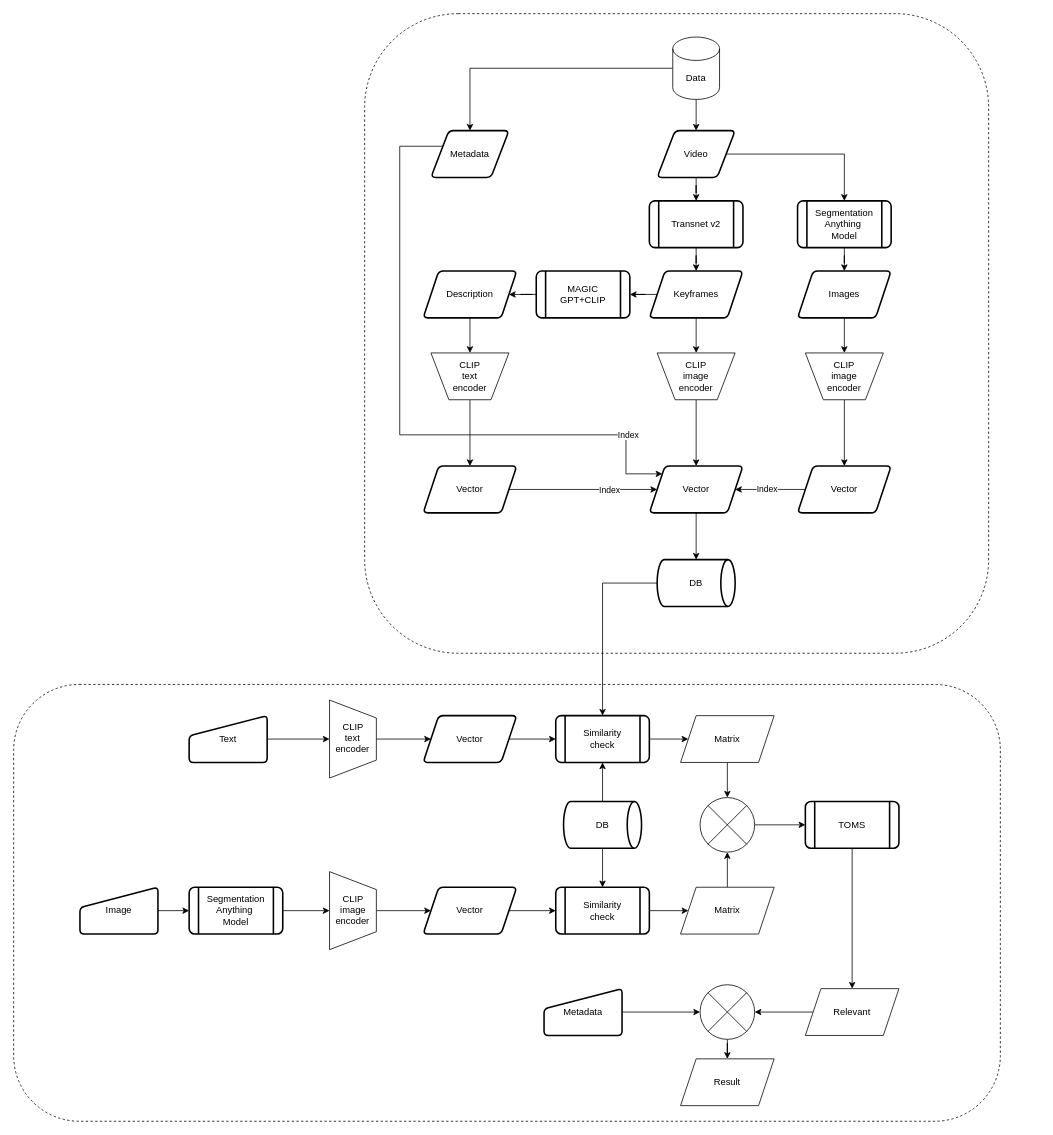
Earlier version of the draw.io diagram Untitled Diagram.drawio (BlackJackMC/AIC2025). Source tidied: cells renumbered, new cells numbered last; positions are measured from the earlier drawing's top-left corner, leaving out a move shared by most shapes. Both pictures are drawn from the tidied source at 78%, with x=0, y=0 at pixel (13, 13).
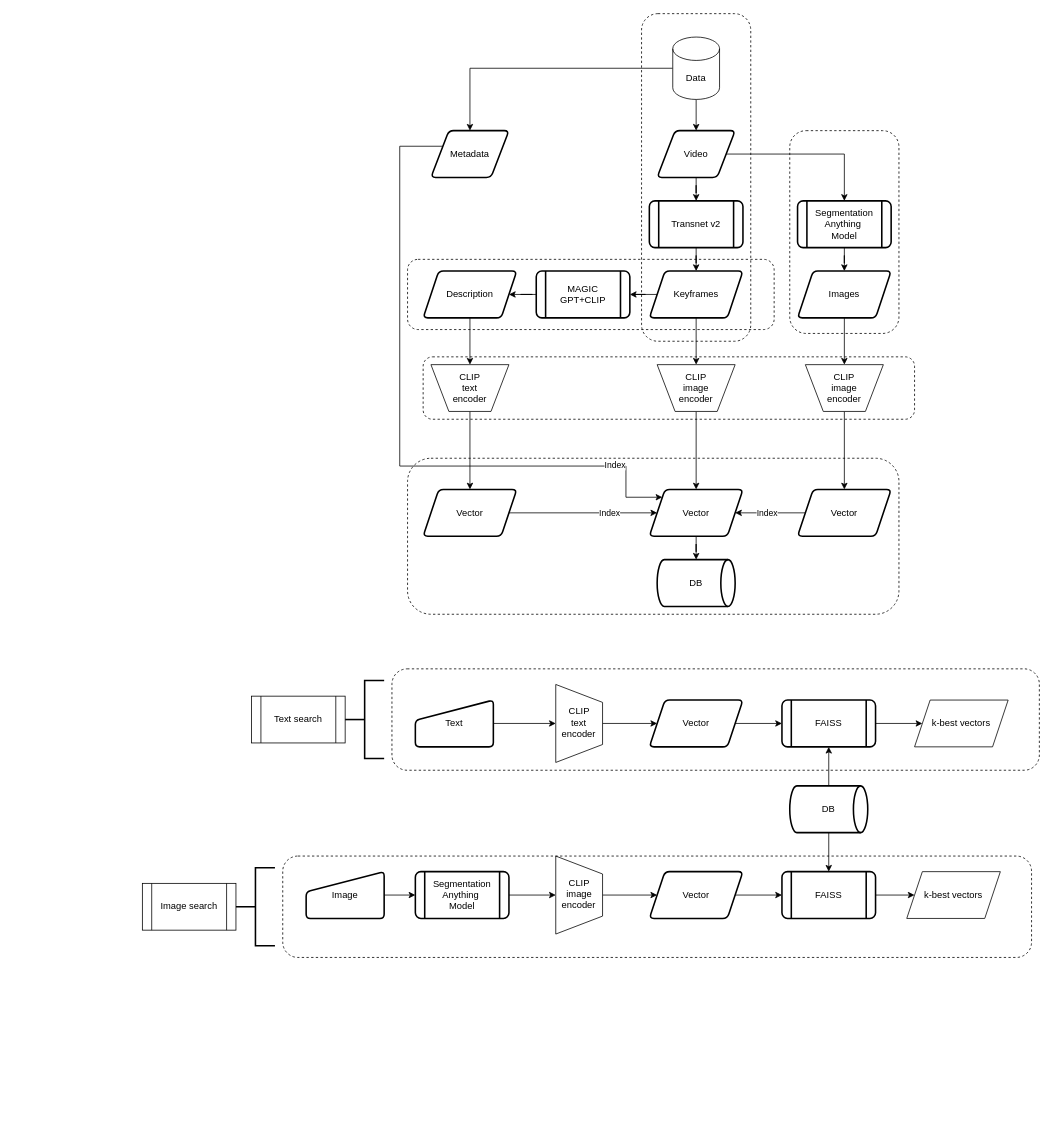
The same diagram, later.

Unchanged cells that the change refers to:
```xml
<mxCell id="19" value="DB" style="strokeWidth=2;html=1;shape=mxgraph.flowchart.direct_data;whiteSpace=wrap;" parent="1" vertex="1">
  <mxGeometry x="825" y="700" width="100" height="60" as="geometry" />
</mxCell>
<mxCell id="32" value="Metadata" style="shape=parallelogram;html=1;strokeWidth=2;perimeter=parallelogramPerimeter;whiteSpace=wrap;rounded=1;arcSize=12;size=0.23;" parent="1" vertex="1">
  <mxGeometry x="535" y="150" width="100" height="60" as="geometry" />
</mxCell>
```

Diff of the diagram source:
```diff
@@
+    <mxCell id="78" style="rounded=1;whiteSpace=wrap;html=1;fillStyle=auto;fillColor=none;dashed=1;" parent="1" vertex="1">
+      <mxGeometry x="995" y="150" width="140" height="260" as="geometry" />
+    </mxCell>
+    <mxCell id="3" style="rounded=1;whiteSpace=wrap;html=1;fillStyle=auto;fillColor=none;dashed=1;" parent="1" vertex="1">
+      <mxGeometry x="805" width="140" height="420" as="geometry" />
+    </mxCell>
+    <mxCell id="79" style="rounded=1;whiteSpace=wrap;html=1;fillStyle=auto;fillColor=none;dashed=1;" parent="1" vertex="1">
+      <mxGeometry x="505" y="315" width="470" height="90" as="geometry" />
+    </mxCell>
+    <mxCell id="80" style="rounded=1;whiteSpace=wrap;html=1;fillStyle=auto;fillColor=none;dashed=1;" parent="1" vertex="1">
+      <mxGeometry x="525" y="440" width="630" height="80" as="geometry" />
+    </mxCell>
     <mxCell id="2" style="rounded=1;whiteSpace=wrap;html=1;fillStyle=auto;fillColor=none;dashed=1;" parent="1" vertex="1">
-      <mxGeometry y="860" width="1265" height="560" as="geometry" />
+      <mxGeometry x="485" y="840" width="830" height="130" as="geometry" />
     </mxCell>
-    <mxCell id="3" style="rounded=1;whiteSpace=wrap;html=1;fillStyle=auto;fillColor=none;dashed=1;" parent="1" vertex="1">
-      <mxGeometry x="450" width="800" height="820" as="geometry" />
-    </mxCell>
@@
     <mxCell id="17" value="Vector" style="shape=parallelogram;perimeter=parallelogramPerimeter;whiteSpace=wrap;html=1;fixedSize=1;strokeWidth=2;rounded=1;arcSize=12;" parent="1" vertex="1">
-      <mxGeometry x="815" y="580" width="120" height="60" as="geometry" />
+      <mxGeometry x="815" y="610" width="120" height="60" as="geometry" />
     </mxCell>
-    <mxCell id="18" style="edgeStyle=orthogonalEdgeStyle;rounded=0;jettySize=auto;html=1;" parent="1" edge="1" source="19" target="53">
-      <mxGeometry relative="1" as="geometry" />
-    </mxCell>
@@
     <mxCell id="21" value="CLIP&lt;div&gt;image&lt;/div&gt;&lt;div&gt;encoder&lt;/div&gt;" style="verticalLabelPosition=middle;verticalAlign=middle;html=1;shape=trapezoid;perimeter=trapezoidPerimeter;whiteSpace=wrap;size=0.23;arcSize=10;flipV=1;labelPosition=center;align=center;" parent="1" vertex="1">
-      <mxGeometry x="825" y="435" width="100" height="60" as="geometry" />
+      <mxGeometry x="825" y="450" width="100" height="60" as="geometry" />
     </mxCell>
@@
     <mxCell id="23" value="CLIP&lt;div&gt;text&lt;/div&gt;&lt;div&gt;encoder&lt;/div&gt;" style="verticalLabelPosition=middle;verticalAlign=middle;html=1;shape=trapezoid;perimeter=trapezoidPerimeter;whiteSpace=wrap;size=0.23;arcSize=10;flipV=1;labelPosition=center;align=center;" parent="1" vertex="1">
-      <mxGeometry x="535" y="435" width="100" height="60" as="geometry" />
+      <mxGeometry x="535" y="450" width="100" height="60" as="geometry" />
     </mxCell>
@@
     <mxCell id="26" value="Vector" style="shape=parallelogram;perimeter=parallelogramPerimeter;whiteSpace=wrap;html=1;fixedSize=1;strokeWidth=2;rounded=1;arcSize=12;" parent="1" vertex="1">
-      <mxGeometry x="525" y="580" width="120" height="60" as="geometry" />
+      <mxGeometry x="525" y="610" width="120" height="60" as="geometry" />
     </mxCell>
@@
     <mxCell id="30" style="edgeStyle=orthogonalEdgeStyle;rounded=0;jettySize=auto;html=1;" parent="1" edge="1" source="32" target="17">
       <mxGeometry relative="1" as="geometry">
         <Array as="points">
           <mxPoint x="495" y="170" />
-          <mxPoint x="495" y="540" />
-          <mxPoint x="785" y="540" />
-          <mxPoint x="785" y="590" />
+          <mxPoint x="495" y="580" />
+          <mxPoint x="785" y="580" />
+          <mxPoint x="785" y="620" />
         </Array>
       </mxGeometry>
     </mxCell>
@@
     <mxCell id="39" value="Vector" style="shape=parallelogram;perimeter=parallelogramPerimeter;whiteSpace=wrap;html=1;fixedSize=1;strokeWidth=2;rounded=1;arcSize=12;" parent="1" vertex="1">
-      <mxGeometry x="1005" y="580" width="120" height="60" as="geometry" />
+      <mxGeometry x="1005" y="610" width="120" height="60" as="geometry" />
     </mxCell>
@@
     <mxCell id="41" value="CLIP&lt;div&gt;image&lt;/div&gt;&lt;div&gt;encoder&lt;/div&gt;" style="verticalLabelPosition=middle;verticalAlign=middle;html=1;shape=trapezoid;perimeter=trapezoidPerimeter;whiteSpace=wrap;size=0.23;arcSize=10;flipV=1;labelPosition=center;align=center;" parent="1" vertex="1">
-      <mxGeometry x="1015" y="435" width="100" height="60" as="geometry" />
+      <mxGeometry x="1015" y="450" width="100" height="60" as="geometry" />
     </mxCell>
@@
     <mxCell id="43" value="Text" style="html=1;strokeWidth=2;shape=manualInput;whiteSpace=wrap;rounded=1;size=26;arcSize=11;" parent="1" vertex="1">
-      <mxGeometry x="225" y="900" width="100" height="60" as="geometry" />
+      <mxGeometry x="515" y="880" width="100" height="60" as="geometry" />
     </mxCell>
@@
     <mxCell id="45" value="CLIP&lt;div&gt;text&lt;/div&gt;&lt;div&gt;encoder&lt;/div&gt;" style="verticalLabelPosition=middle;verticalAlign=middle;html=1;shape=trapezoid;perimeter=trapezoidPerimeter;whiteSpace=wrap;size=0.23;arcSize=10;flipV=1;labelPosition=center;align=center;horizontal=1;rotation=-90;textDirection=vertical-rl;" parent="1" vertex="1">
-      <mxGeometry x="385" y="900" width="100" height="60" as="geometry" />
+      <mxGeometry x="675" y="880" width="100" height="60" as="geometry" />
     </mxCell>
     <mxCell id="46" style="edgeStyle=orthogonalEdgeStyle;rounded=0;jettySize=auto;html=1;" parent="1" edge="1" source="47" target="53">
       <mxGeometry relative="1" as="geometry">
         <Array as="points">
-          <mxPoint x="585" y="930" />
+          <mxPoint x="875" y="910" />
         </Array>
       </mxGeometry>
     </mxCell>
     <mxCell id="47" value="Vector" style="shape=parallelogram;perimeter=parallelogramPerimeter;whiteSpace=wrap;html=1;fixedSize=1;strokeWidth=2;rounded=1;arcSize=12;" parent="1" vertex="1">
-      <mxGeometry x="525" y="900" width="120" height="60" as="geometry" />
+      <mxGeometry x="815" y="880" width="120" height="60" as="geometry" />
     </mxCell>
-    <mxCell id="48" style="edgeStyle=orthogonalEdgeStyle;rounded=0;jettySize=auto;html=1;" parent="1" edge="1" source="49" target="59">
-      <mxGeometry relative="1" as="geometry" />
-    </mxCell>
-    <mxCell id="49" value="Metadata" style="html=1;strokeWidth=2;shape=manualInput;whiteSpace=wrap;rounded=1;size=26;arcSize=11;" parent="1" vertex="1">
-      <mxGeometry x="680" y="1250" width="100" height="60" as="geometry" />
-    </mxCell>
-    <mxCell id="50" style="edgeStyle=orthogonalEdgeStyle;rounded=0;jettySize=auto;html=1;" parent="1" edge="1" source="51" target="77">
-      <mxGeometry relative="1" as="geometry" />
-    </mxCell>
-    <mxCell id="51" value="Matrix" style="shape=parallelogram;perimeter=parallelogramPerimeter;whiteSpace=wrap;html=1;fixedSize=1;" parent="1" vertex="1">
-      <mxGeometry x="855" y="900" width="120" height="60" as="geometry" />
-    </mxCell>
-    <mxCell id="52" style="edgeStyle=orthogonalEdgeStyle;rounded=0;jettySize=auto;html=1;" parent="1" edge="1" source="53" target="51">
+    <mxCell id="52" style="edgeStyle=orthogonalEdgeStyle;rounded=0;jettySize=auto;html=1;" parent="1" edge="1" source="53" target="81">
       <mxGeometry relative="1" as="geometry" />
     </mxCell>
-    <mxCell id="53" value="Similarity&lt;div&gt;check&lt;/div&gt;" style="shape=process;whiteSpace=wrap;html=1;backgroundOutline=1;strokeWidth=2;rounded=1;arcSize=12;" parent="1" vertex="1">
-      <mxGeometry x="695" y="900" width="120" height="60" as="geometry" />
+    <mxCell id="53" value="FAISS" style="shape=process;whiteSpace=wrap;html=1;backgroundOutline=1;strokeWidth=2;rounded=1;arcSize=12;" parent="1" vertex="1">
+      <mxGeometry x="985" y="880" width="120" height="60" as="geometry" />
     </mxCell>
-    <mxCell id="54" style="edgeStyle=orthogonalEdgeStyle;rounded=0;jettySize=auto;html=1;" parent="1" edge="1" source="55" target="57">
-      <mxGeometry relative="1" as="geometry" />
-    </mxCell>
-    <mxCell id="55" value="TOMS" style="shape=process;whiteSpace=wrap;html=1;backgroundOutline=1;strokeWidth=2;rounded=1;arcSize=12;" parent="1" vertex="1">
-      <mxGeometry x="1015" y="1010" width="120" height="60" as="geometry" />
-    </mxCell>
-    <mxCell id="56" style="edgeStyle=orthogonalEdgeStyle;rounded=0;jettySize=auto;html=1;" parent="1" edge="1" source="57" target="59">
-      <mxGeometry relative="1" as="geometry" />
-    </mxCell>
-    <mxCell id="57" value="Relevant" style="shape=parallelogram;perimeter=parallelogramPerimeter;whiteSpace=wrap;html=1;fixedSize=1;" parent="1" vertex="1">
-      <mxGeometry x="1015" y="1250" width="120" height="60" as="geometry" />
-    </mxCell>
-    <mxCell id="58" style="edgeStyle=orthogonalEdgeStyle;rounded=0;jettySize=auto;html=1;" parent="1" edge="1" source="59" target="60">
-      <mxGeometry relative="1" as="geometry" />
-    </mxCell>
-    <mxCell id="59" style="verticalLabelPosition=bottom;verticalAlign=top;html=1;shape=mxgraph.flowchart.or;" parent="1" vertex="1">
-      <mxGeometry x="880" y="1245" width="70" height="70" as="geometry" />
-    </mxCell>
-    <mxCell id="60" value="Result" style="shape=parallelogram;perimeter=parallelogramPerimeter;whiteSpace=wrap;html=1;fixedSize=1;" parent="1" vertex="1">
-      <mxGeometry x="855" y="1340" width="120" height="60" as="geometry" />
-    </mxCell>
@@
     <mxCell id="62" value="Image" style="html=1;strokeWidth=2;shape=manualInput;whiteSpace=wrap;rounded=1;size=26;arcSize=11;" parent="1" vertex="1">
-      <mxGeometry x="85" y="1120" width="100" height="60" as="geometry" />
+      <mxGeometry x="375" y="1100" width="100" height="60" as="geometry" />
     </mxCell>
@@
     <mxCell id="64" value="Segmentation&lt;div&gt;Anything&amp;nbsp;&lt;/div&gt;&lt;div&gt;Model&lt;/div&gt;" style="shape=process;whiteSpace=wrap;html=1;backgroundOutline=1;strokeWidth=2;rounded=1;arcSize=12;" parent="1" vertex="1">
-      <mxGeometry x="225" y="1120" width="120" height="60" as="geometry" />
+      <mxGeometry x="515" y="1100" width="120" height="60" as="geometry" />
     </mxCell>
@@
     <mxCell id="66" value="CLIP&lt;div&gt;image&lt;/div&gt;&lt;div&gt;encoder&lt;/div&gt;" style="verticalLabelPosition=middle;verticalAlign=middle;html=1;shape=trapezoid;perimeter=trapezoidPerimeter;whiteSpace=wrap;size=0.23;arcSize=10;flipV=1;labelPosition=center;align=center;rotation=-90;horizontal=1;textDirection=vertical-rl;" parent="1" vertex="1">
-      <mxGeometry x="385" y="1120" width="100" height="60" as="geometry" />
+      <mxGeometry x="675" y="1100" width="100" height="60" as="geometry" />
     </mxCell>
@@
     <mxCell id="68" value="Vector" style="shape=parallelogram;perimeter=parallelogramPerimeter;whiteSpace=wrap;html=1;fixedSize=1;strokeWidth=2;rounded=1;arcSize=12;" parent="1" vertex="1">
-      <mxGeometry x="525" y="1120" width="120" height="60" as="geometry" />
+      <mxGeometry x="815" y="1100" width="120" height="60" as="geometry" />
     </mxCell>
@@
-    <mxCell id="70" value="Similarity&lt;div&gt;check&lt;/div&gt;" style="shape=process;whiteSpace=wrap;html=1;backgroundOutline=1;strokeWidth=2;rounded=1;arcSize=12;" parent="1" vertex="1">
-      <mxGeometry x="695" y="1120" width="120" height="60" as="geometry" />
+    <mxCell id="70" value="FAISS" style="shape=process;whiteSpace=wrap;html=1;backgroundOutline=1;strokeWidth=2;rounded=1;arcSize=12;" parent="1" vertex="1">
+      <mxGeometry x="985" y="1100" width="120" height="60" as="geometry" />
     </mxCell>
@@
     <mxCell id="73" value="DB" style="strokeWidth=2;html=1;shape=mxgraph.flowchart.direct_data;whiteSpace=wrap;" parent="1" vertex="1">
-      <mxGeometry x="705" y="1010" width="100" height="60" as="geometry" />
+      <mxGeometry x="995" y="990" width="100" height="60" as="geometry" />
     </mxCell>
-    <mxCell id="74" style="edgeStyle=orthogonalEdgeStyle;rounded=0;jettySize=auto;html=1;" parent="1" edge="1" source="75" target="77">
-      <mxGeometry relative="1" as="geometry" />
-    </mxCell>
-    <mxCell id="75" value="Matrix" style="shape=parallelogram;perimeter=parallelogramPerimeter;whiteSpace=wrap;html=1;fixedSize=1;" parent="1" vertex="1">
-      <mxGeometry x="855" y="1120" width="120" height="60" as="geometry" />
+    <mxCell id="75" value="k-best vectors" style="shape=parallelogram;perimeter=parallelogramPerimeter;whiteSpace=wrap;html=1;fixedSize=1;" parent="1" vertex="1">
+      <mxGeometry x="1145" y="1100" width="120" height="60" as="geometry" />
     </mxCell>
-    <mxCell id="76" style="edgeStyle=orthogonalEdgeStyle;rounded=0;jettySize=auto;html=1;" parent="1" edge="1" source="77" target="55">
-      <mxGeometry relative="1" as="geometry" />
-    </mxCell>
-    <mxCell id="77" style="verticalLabelPosition=bottom;verticalAlign=top;html=1;shape=mxgraph.flowchart.or;" parent="1" vertex="1">
-      <mxGeometry x="880" y="1005" width="70" height="70" as="geometry" />
-    </mxCell>
+    <mxCell id="81" value="k-best vectors" style="shape=parallelogram;perimeter=parallelogramPerimeter;whiteSpace=wrap;html=1;fixedSize=1;" parent="1" vertex="1">
+      <mxGeometry x="1155" y="880" width="120" height="60" as="geometry" />
+    </mxCell>
+    <mxCell id="82" style="rounded=1;whiteSpace=wrap;html=1;fillStyle=auto;fillColor=none;dashed=1;" parent="1" vertex="1">
+      <mxGeometry x="345" y="1080" width="960" height="130" as="geometry" />
+    </mxCell>
+    <mxCell id="83" style="rounded=1;whiteSpace=wrap;html=1;fillStyle=auto;fillColor=none;dashed=1;" parent="1" vertex="1">
+      <mxGeometry x="505" y="570" width="630" height="200" as="geometry" />
+    </mxCell>
+    <mxCell id="84" value="Text search" style="shape=process;whiteSpace=wrap;html=1;backgroundOutline=1;" parent="1" vertex="1">
+      <mxGeometry x="305" y="875" width="120" height="60" as="geometry" />
+    </mxCell>
+    <mxCell id="85" style="strokeWidth=2;html=1;shape=mxgraph.flowchart.annotation_2;align=left;labelPosition=right;" parent="1" vertex="1">
+      <mxGeometry x="425" y="855" width="50" height="100" as="geometry" />
+    </mxCell>
+    <mxCell id="86" value="Image search" style="shape=process;whiteSpace=wrap;html=1;backgroundOutline=1;" parent="1" vertex="1">
+      <mxGeometry x="165" y="1115" width="120" height="60" as="geometry" />
+    </mxCell>
+    <mxCell id="87" style="strokeWidth=2;html=1;shape=mxgraph.flowchart.annotation_2;align=left;labelPosition=right;" parent="1" vertex="1">
+      <mxGeometry x="285" y="1095" width="50" height="100" as="geometry" />
+    </mxCell>
```
